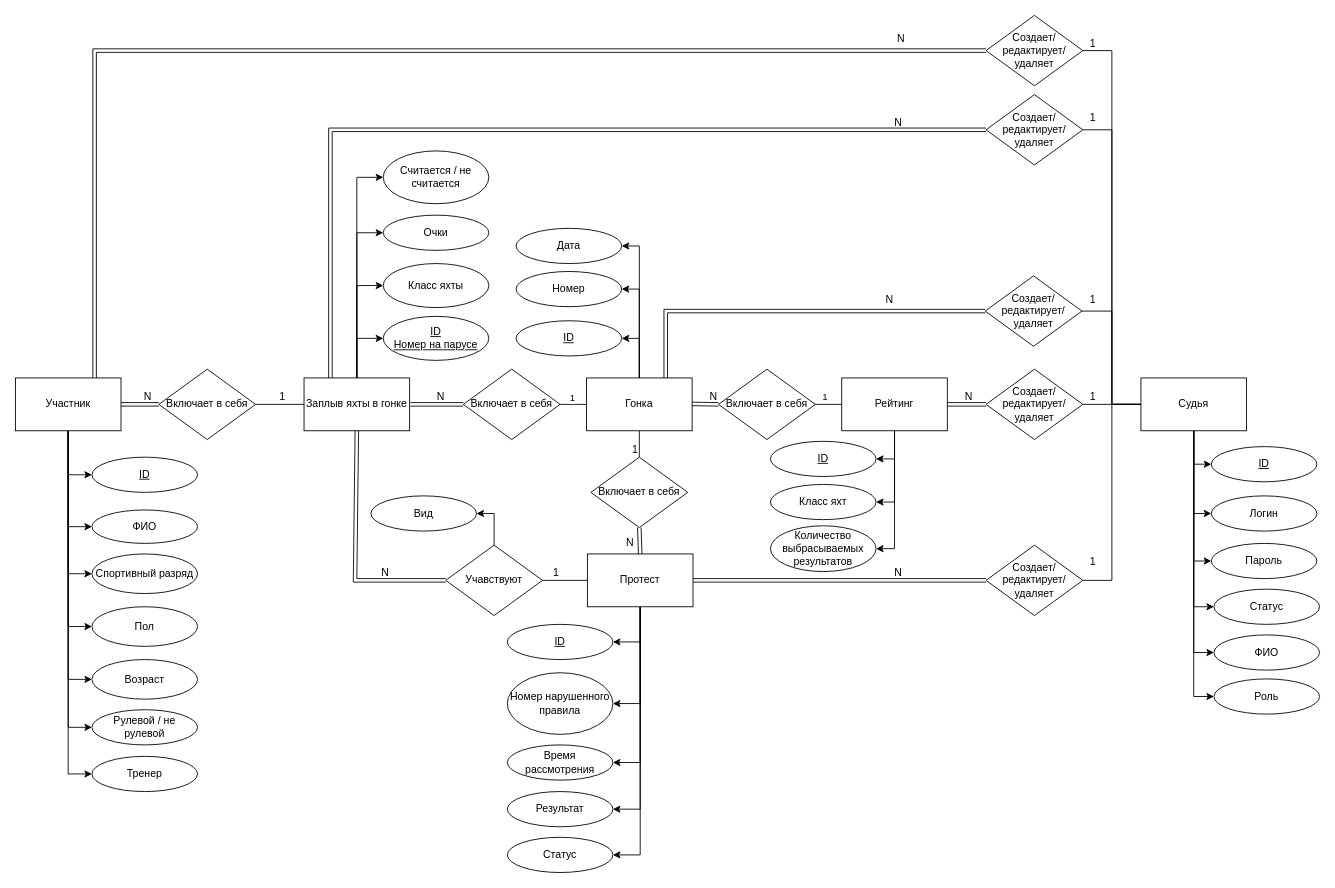
Above: page "ER" (2 of 3) of schemes/Диаграммки.drawio in lalala-0/PPO_BMSTU (draw.io), before the change. Source tidied: cells renumbered, new cells numbered last; positions are measured from the earlier drawing's top-left corner, leaving out a move shared by most shapes. Both pictures are drawn from the tidied source at 88%, with x=0, y=0 at pixel (15, 15).
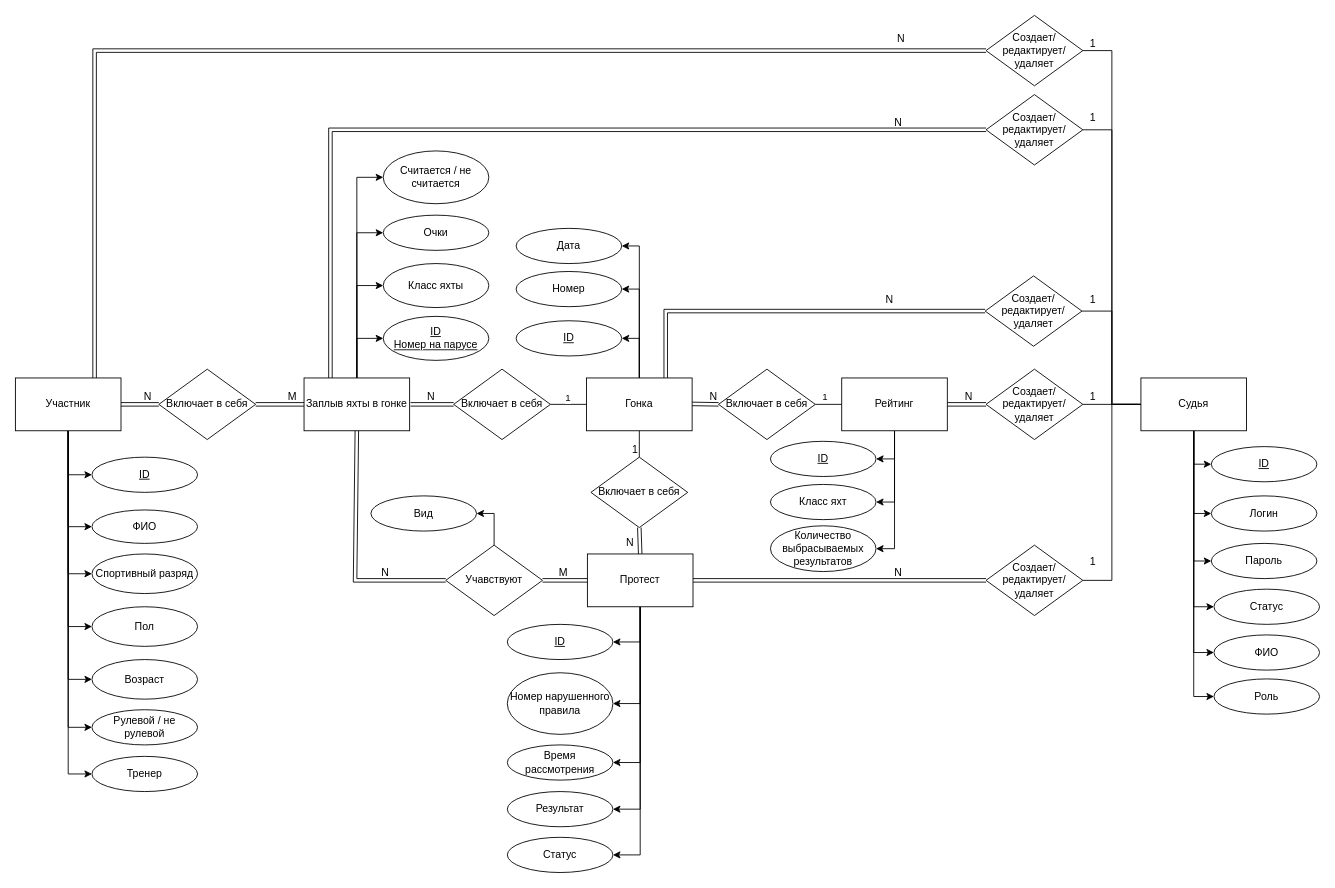
After the change.

Unchanged cells that the change refers to:
```xml
<mxCell id="13" value="Заплыв яхты в гонке" style="rounded=0;whiteSpace=wrap;html=1;" parent="1" vertex="1">
  <mxGeometry x="328" y="412" width="120" height="60" as="geometry" />
</mxCell>
<mxCell id="23" value="Протест" style="rounded=0;whiteSpace=wrap;html=1;" parent="1" vertex="1">
  <mxGeometry x="650" y="612" width="120" height="60" as="geometry" />
</mxCell>
<mxCell id="53" value="Включает в себя" style="rhombus;whiteSpace=wrap;html=1;" parent="1" vertex="1">
  <mxGeometry x="163" y="402" width="110" height="80" as="geometry" />
</mxCell>
<mxCell id="64" value="Учавствуют" style="rhombus;whiteSpace=wrap;html=1;" parent="1" vertex="1">
  <mxGeometry x="489" y="602" width="110" height="80" as="geometry" />
</mxCell>
```

Diff of the diagram source:
```diff
@@
     <mxCell id="47" value="Включает в себя" style="rhombus;whiteSpace=wrap;html=1;" parent="1" vertex="1">
-      <mxGeometry x="509" y="402" width="110" height="80" as="geometry" />
+      <mxGeometry x="498" y="402" width="110" height="80" as="geometry" />
     </mxCell>
@@
-    <mxCell id="54" style="endArrow=none;html=1;rounded=0;exitX=1;exitY=0.5;exitDx=0;exitDy=0;" parent="1" edge="1" source="53" target="13">
-      <mxGeometry relative="1" as="geometry" />
-    </mxCell>
-    <mxCell id="55" value="1" style="html=1;whiteSpace=wrap;align=right;verticalAlign=bottom;" parent="54" vertex="1">
-      <mxGeometry x="1" relative="1" as="geometry">
-        <mxPoint x="-20" as="offset" />
-      </mxGeometry>
-    </mxCell>
@@
-    <mxCell id="65" style="endArrow=none;html=1;rounded=0;entryX=0;entryY=0.5;entryDx=0;entryDy=0;exitX=1;exitY=0.5;exitDx=0;exitDy=0;" parent="1" edge="1" source="64" target="23">
-      <mxGeometry relative="1" as="geometry" />
-    </mxCell>
-    <mxCell id="66" value="1" style="html=1;whiteSpace=wrap;align=right;verticalAlign=bottom;" parent="65" vertex="1">
-      <mxGeometry x="1" relative="1" as="geometry">
-        <mxPoint x="-31" as="offset" />
-      </mxGeometry>
-    </mxCell>
@@
+    <mxCell id="54" style="shape=link;html=1;rounded=0;entryX=0;entryY=0.5;entryDx=0;entryDy=0;exitX=1;exitY=0.5;exitDx=0;exitDy=0;" parent="1" edge="1" source="53" target="13">
+      <mxGeometry relative="1" as="geometry" />
+    </mxCell>
+    <mxCell id="116" value="M" style="html=1;whiteSpace=wrap;align=right;verticalAlign=bottom;" parent="54" vertex="1">
+      <mxGeometry x="1" relative="1" as="geometry">
+        <mxPoint x="-7" as="offset" />
+      </mxGeometry>
+    </mxCell>
+    <mxCell id="65" style="shape=link;html=1;rounded=0;entryX=0;entryY=0.5;entryDx=0;entryDy=0;exitX=1;exitY=0.5;exitDx=0;exitDy=0;" parent="1" edge="1" source="64" target="23">
+      <mxGeometry relative="1" as="geometry" />
+    </mxCell>
+    <mxCell id="117" value="M" style="html=1;whiteSpace=wrap;align=right;verticalAlign=bottom;" parent="65" vertex="1">
+      <mxGeometry x="1" relative="1" as="geometry">
+        <mxPoint x="-21" as="offset" />
+      </mxGeometry>
+    </mxCell>
```
